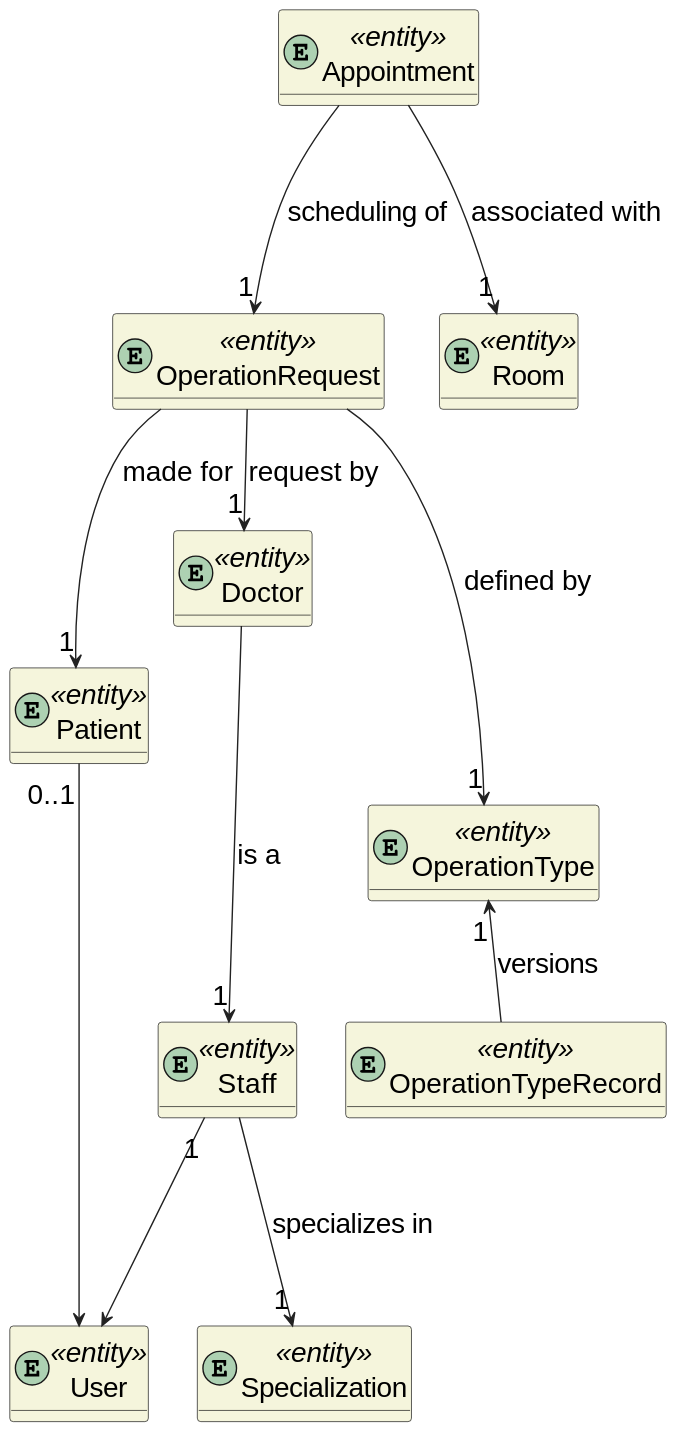
rita-barbosa/LAPR5-2425 keeps this PlantUML diagram as docs/sprint-2/team-decisions/domain-model/domain-model-simplification.svg. Above is the earlier version.
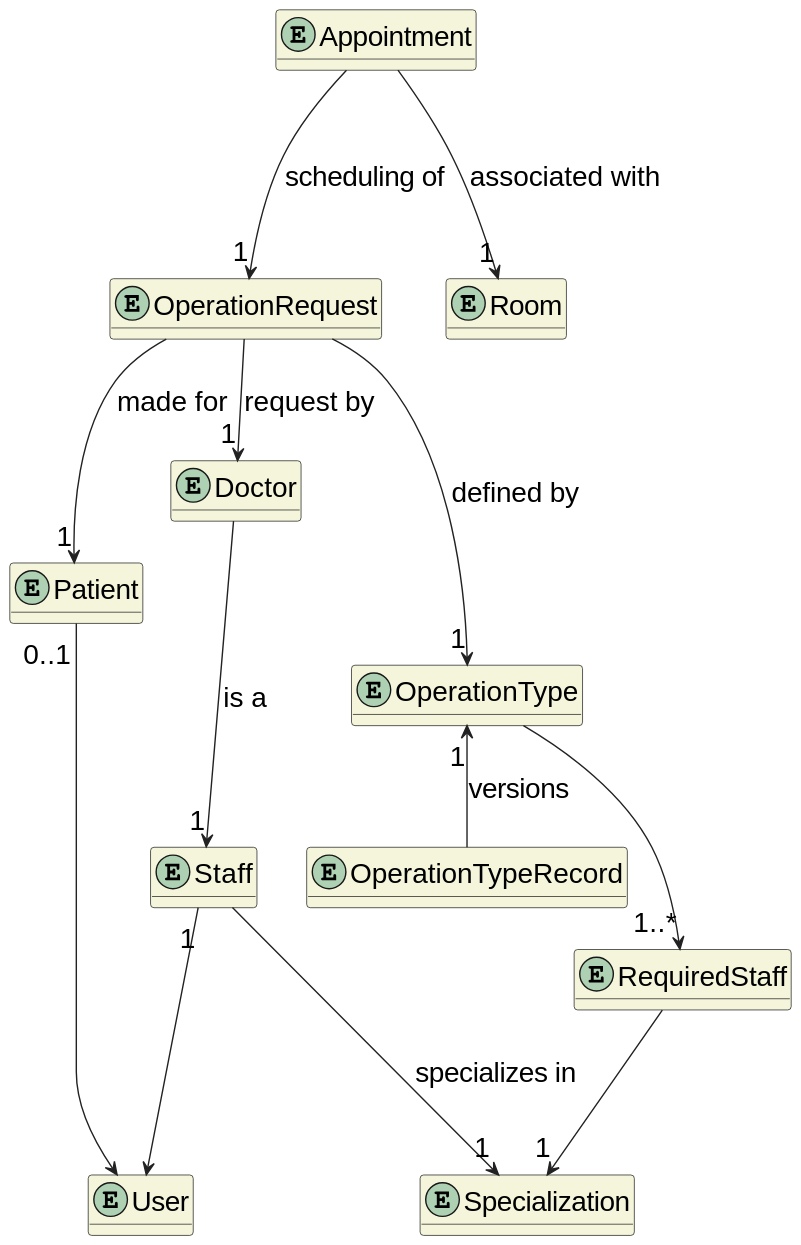
Later version of the same file.

Commit message:
DG38-430 | docs: updates simplified domain model.

Diff of the diagram source:
```diff
@@ -7,17 +7,17 @@
 skinparam ArrowColor #222222
 
 
-entity User  <<entity>>{}
-entity Staff <<entity>>{}
-entity Patient  <<entity>>{}
-entity Doctor <<entity>>{}
-entity Appointment <<entity>>{}
-entity OperationRequest <<entity>>{}
-entity OperationType <<entity>> {}
-entity OperationTypeRecord <<entity>> {}
-entity Room <<entity>>{}
-entity Specialization <<entity>> {}
-
+entity User  {}
+entity Staff {}
+entity Patient  {}
+entity Doctor {}
+entity Appointment {}
+entity OperationRequest {}
+entity OperationType  {}
+entity OperationTypeRecord  {}
+entity Room {}
+entity Specialization {}
+entity RequiredStaff {}
 
 
 User <-up-- "1" Staff
@@ -30,4 +30,6 @@
 OperationRequest ---> "1" OperationType : defined by
 OperationType "1" <-- OperationTypeRecord : versions
 Appointment ---> "1" Room : associated with
+OperationType --> "1..*" RequiredStaff
+RequiredStaff --> "1" Specialization
 @enduml
```
